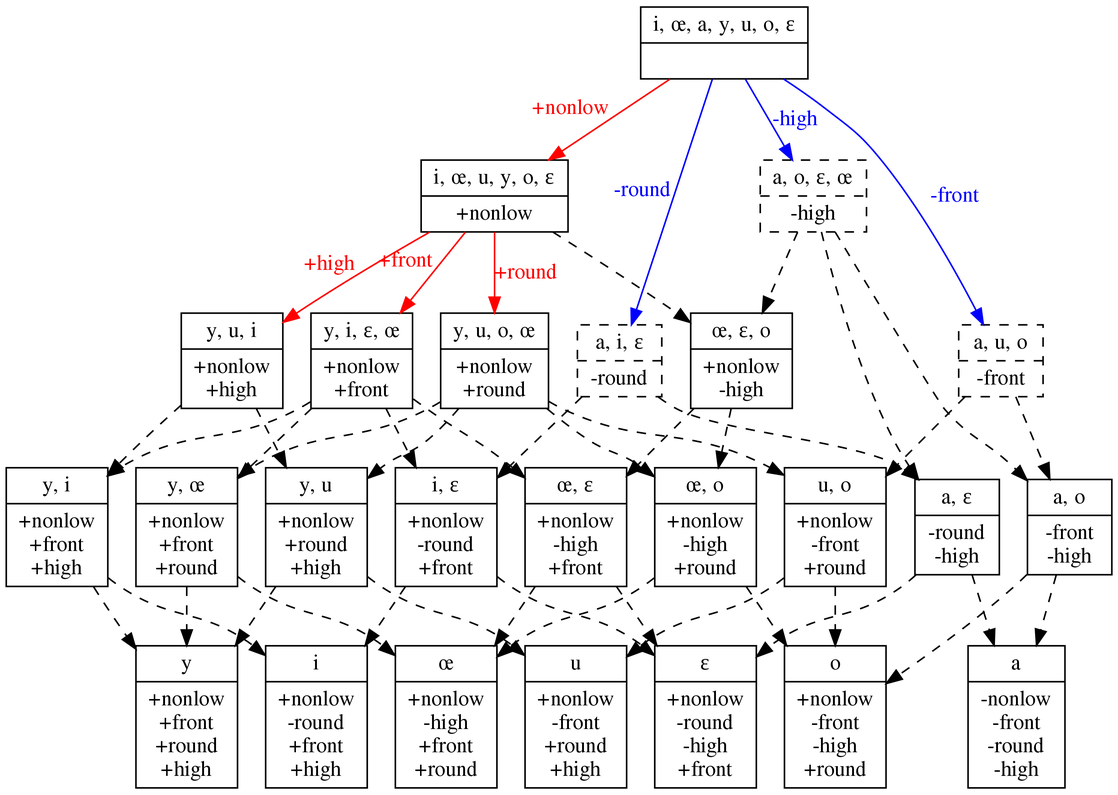
rdaland/Pheatures keeps this Graphviz diagram as squib/diagrams/vowel_inventory_full_TOPOLOGICAL.png. Above is the earlier version. Its source is kept beside it as squib/diagrams/vowel_inventory_full_TOPOLOGICAL.gv.
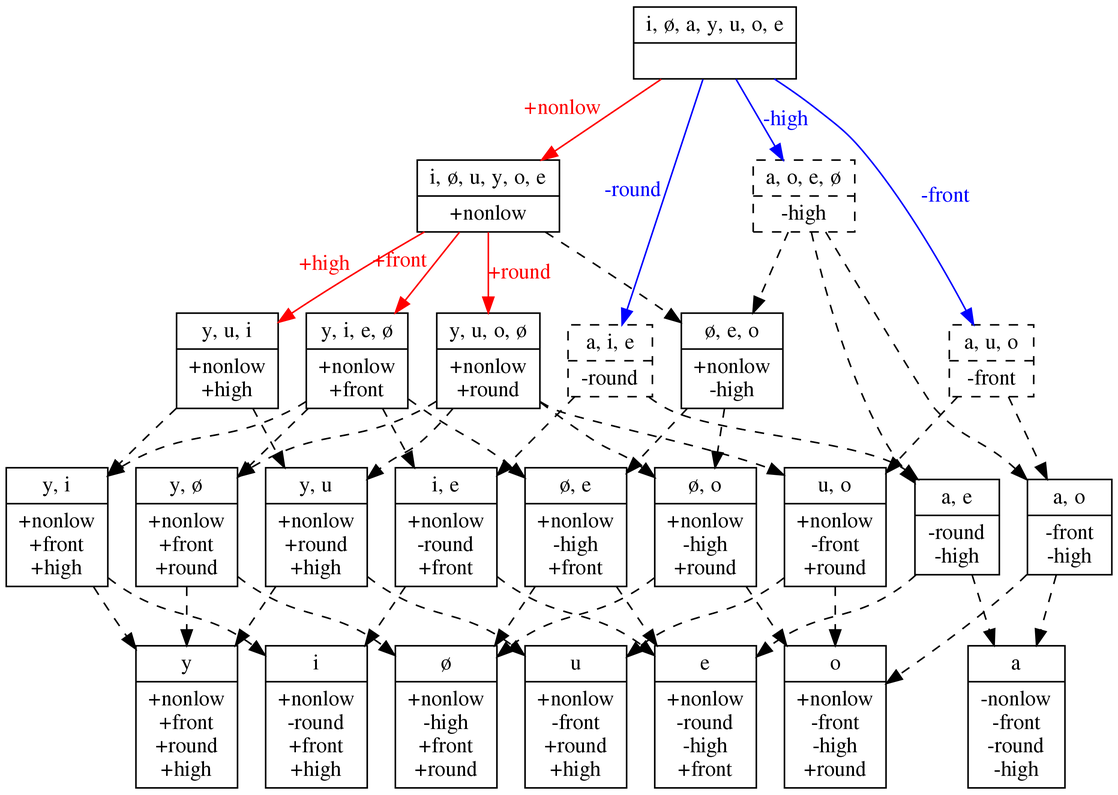
Later version of the same file.

The edit, as a diff of the source:
```diff
@@ -1,30 +1,30 @@
 digraph {
 	graph [ dpi = 300 ];
-	0 [label="{<segs> i, œ, a, y, u, o, ɛ |<feats>  }",shape=record]
-	1 [label="{<segs> i, œ, u, y, o, ɛ |<feats> +nonlow }",shape=record]
-	2 [label="{<segs> y, i, ɛ, œ |<feats> +nonlow\n+front }",shape=record]
-	3 [label="{<segs> y, u, o, œ |<feats> +nonlow\n+round }",shape=record]
+	0 [label="{<segs> i, ø, a, y, u, o, e |<feats>  }",shape=record]
+	1 [label="{<segs> i, ø, u, y, o, e |<feats> +nonlow }",shape=record]
+	2 [label="{<segs> y, i, e, ø |<feats> +nonlow\n+front }",shape=record]
+	3 [label="{<segs> y, u, o, ø |<feats> +nonlow\n+round }",shape=record]
 	4 [label="{<segs> y, u, i |<feats> +nonlow\n+high }",shape=record]
 	5 [label="{<segs> i |<feats> +nonlow\n-round\n+front\n+high }",shape=record]
 	6 [label="{<segs> y |<feats> +nonlow\n+front\n+round\n+high }",shape=record]
 	7 [label="{<segs> u |<feats> +nonlow\n-front\n+round\n+high }",shape=record]
-	8 [label="{<segs> ɛ |<feats> +nonlow\n-round\n-high\n+front }",shape=record]
-	9 [label="{<segs> œ |<feats> +nonlow\n-high\n+front\n+round }",shape=record]
+	8 [label="{<segs> e |<feats> +nonlow\n-round\n-high\n+front }",shape=record]
+	9 [label="{<segs> ø |<feats> +nonlow\n-high\n+front\n+round }",shape=record]
 	10 [label="{<segs> o |<feats> +nonlow\n-front\n-high\n+round }",shape=record]
 	11 [label="{<segs> a |<feats> -nonlow\n-front\n-round\n-high }",shape=record]
-	12 [label="{<segs> y, œ |<feats> +nonlow\n+front\n+round }",shape=record]
+	12 [label="{<segs> y, ø |<feats> +nonlow\n+front\n+round }",shape=record]
 	13 [label="{<segs> y, i |<feats> +nonlow\n+front\n+high }",shape=record]
 	14 [label="{<segs> y, u |<feats> +nonlow\n+round\n+high }",shape=record]
 	15 [label="{<segs> a, u, o |<feats> -front }",shape=record,style=dashed]
 	16 [label="{<segs> u, o |<feats> +nonlow\n-front\n+round }",shape=record]
-	17 [label="{<segs> a, i, ɛ |<feats> -round }",shape=record,style=dashed]
-	18 [label="{<segs> i, ɛ |<feats> +nonlow\n-round\n+front }",shape=record]
-	19 [label="{<segs> a, o, ɛ, œ |<feats> -high }",shape=record,style=dashed]
-	20 [label="{<segs> œ, ɛ, o |<feats> +nonlow\n-high }",shape=record]
-	21 [label="{<segs> œ, ɛ |<feats> +nonlow\n-high\n+front }",shape=record]
-	22 [label="{<segs> œ, o |<feats> +nonlow\n-high\n+round }",shape=record]
+	17 [label="{<segs> a, i, e |<feats> -round }",shape=record,style=dashed]
+	18 [label="{<segs> i, e |<feats> +nonlow\n-round\n+front }",shape=record]
+	19 [label="{<segs> a, o, e, ø |<feats> -high }",shape=record,style=dashed]
+	20 [label="{<segs> ø, e, o |<feats> +nonlow\n-high }",shape=record]
+	21 [label="{<segs> ø, e |<feats> +nonlow\n-high\n+front }",shape=record]
+	22 [label="{<segs> ø, o |<feats> +nonlow\n-high\n+round }",shape=record]
 	23 [label="{<segs> a, o |<feats> -front\n-high }",shape=record]
-	24 [label="{<segs> a, ɛ |<feats> -round\n-high }",shape=record]
+	24 [label="{<segs> a, e |<feats> -round\n-high }",shape=record]
 
 	0 -> 1 [xlabel="+nonlow",fontcolor=red,color=red]
 	0 -> 15 [label="-front",fontcolor=blue,color=blue]
```
